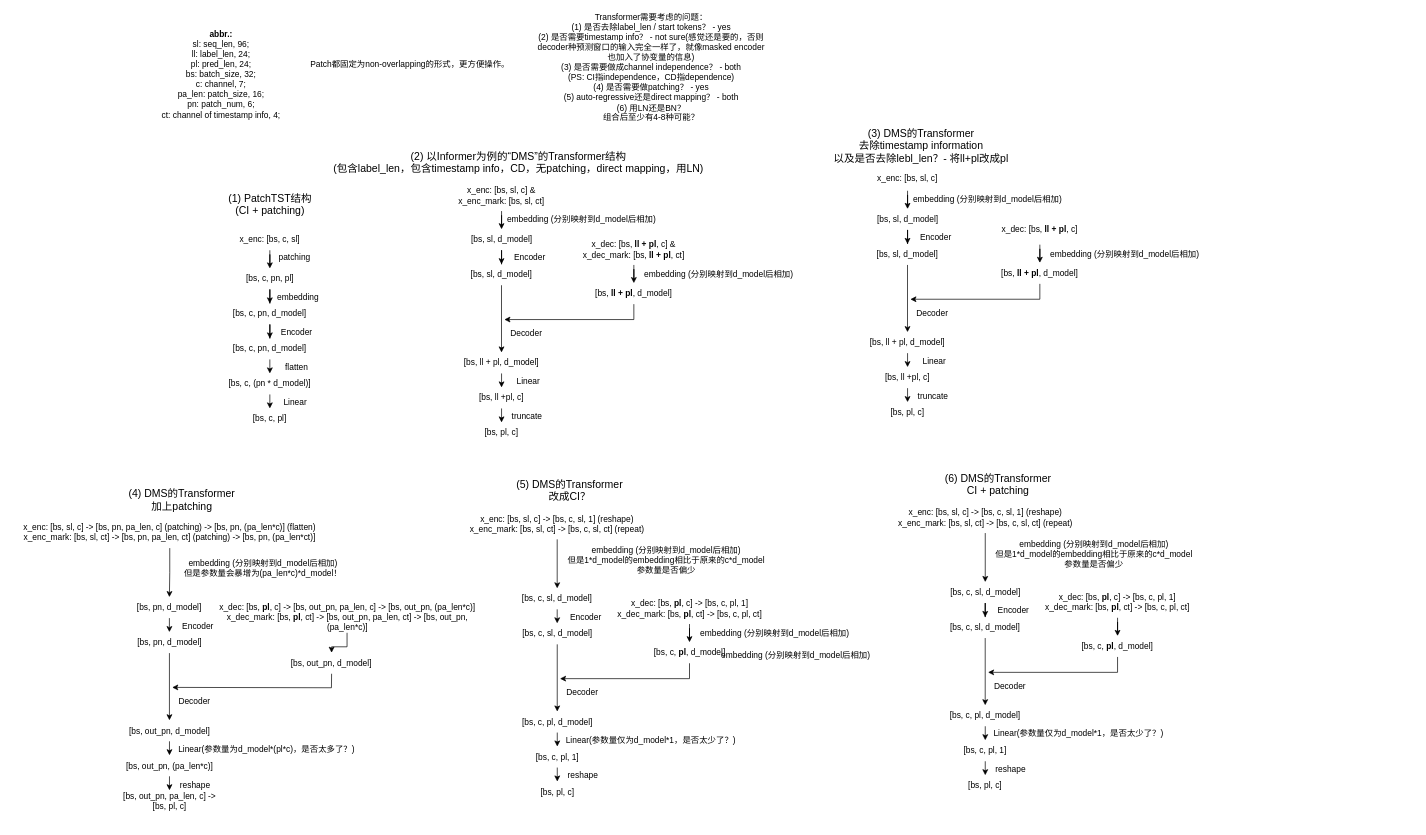
Earlier version of the draw.io diagram TSF_Transformer架构探讨.drawio (HALF111/Research_figures). Source tidied: cells renumbered, new cells numbered last; positions are measured from the earlier drawing's top-left corner, leaving out a move shared by most shapes. Both pictures are drawn from the tidied source at 70%, with x=0, y=0 at pixel (12, 25).
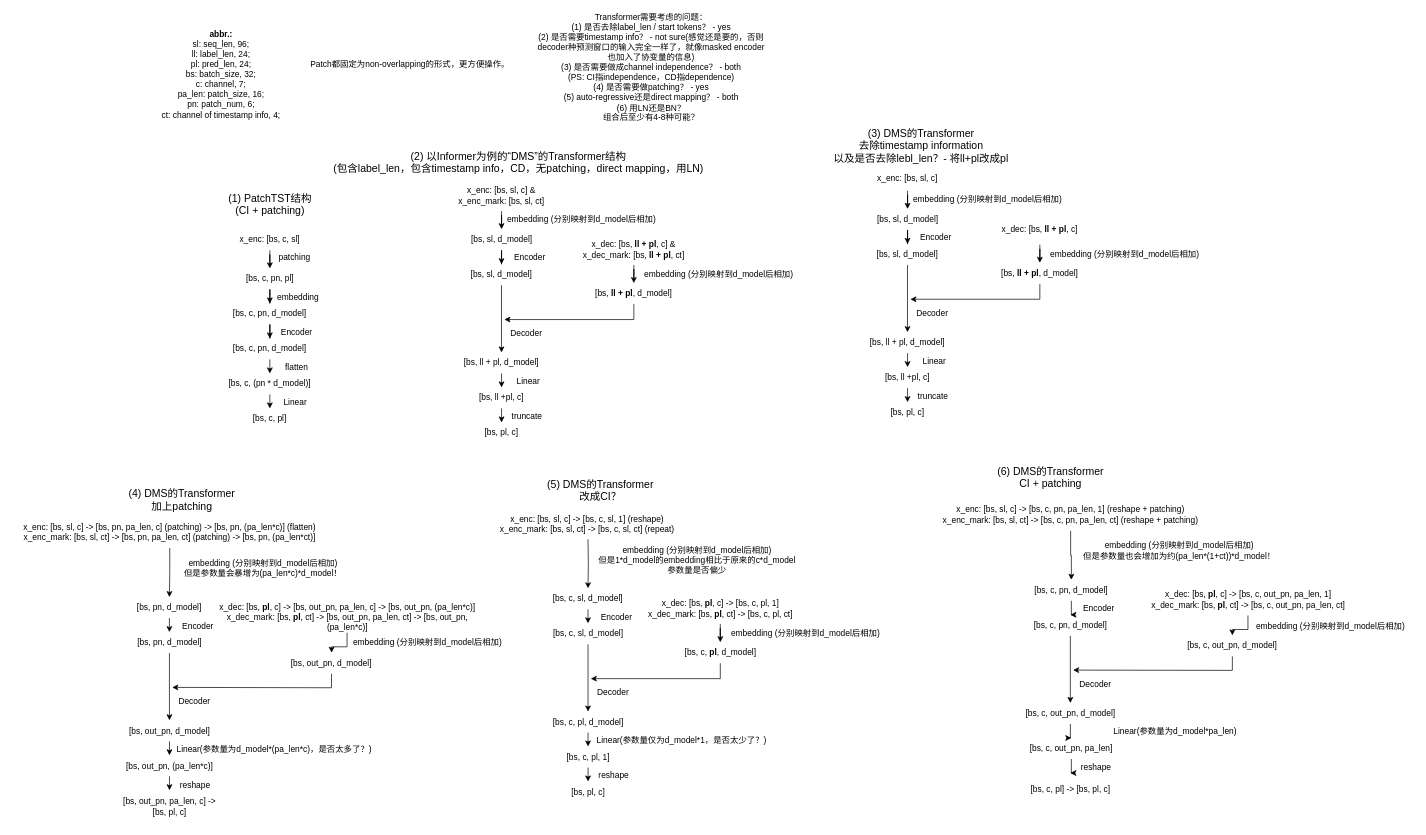
Above is the later version.

Commit message (it also covers changes not shown here):
更新TSF_Transformer架构探讨.drawio

What changed in the source:
```diff
@@
-    <mxCell id="44" style="edgeStyle=orthogonalEdgeStyle;rounded=0;jettySize=auto;html=1;entryX=0.5;entryY=0;entryDx=0;entryDy=0;exitX=0.5;exitY=1;exitDx=0;exitDy=0;" parent="1" edge="1" source="45" target="47">
-      <mxGeometry relative="1" as="geometry" />
+    <mxCell id="44" style="edgeStyle=orthogonalEdgeStyle;rounded=0;jettySize=auto;html=1;entryX=0.5;entryY=0;entryDx=0;entryDy=0;exitX=0.5;exitY=1;exitDx=0;exitDy=0;" parent="1" edge="1" target="47">
+      <mxGeometry relative="1" as="geometry">
+        <mxPoint x="822.5" y="734" as="sourcePoint" />
+      </mxGeometry>
     </mxCell>
     <mxCell id="45" value="x_enc: [bs, sl, c] -&amp;gt; [bs, c, sl, 1] (reshape)&lt;div&gt;x_enc_mark: [bs, sl, ct] -&amp;gt; [bs, c, sl, ct] (repeat)&lt;/div&gt;" style="text;html=1;align=center;verticalAlign=middle;whiteSpace=wrap;rounded=0;" parent="1" vertex="1">
-      <mxGeometry x="633" y="689" width="291" height="45" as="geometry" />
+      <mxGeometry x="676" y="689" width="291" height="45" as="geometry" />
     </mxCell>
@@
     <mxCell id="47" value="[bs, c, sl, d_model]" style="text;html=1;align=center;verticalAlign=middle;whiteSpace=wrap;rounded=0;" parent="1" vertex="1">
-      <mxGeometry x="726" y="804" width="105" height="30" as="geometry" />
+      <mxGeometry x="770" y="804" width="105" height="30" as="geometry" />
     </mxCell>
     <mxCell id="48" value="embedding (分别映射到d_model后相加)&lt;div&gt;但是1*d_model的embedding相比于原来的c*d_model&lt;/div&gt;&lt;div&gt;参数量是否偏少&lt;/div&gt;" style="text;html=1;align=center;verticalAlign=middle;strokeColor=none;fillColor=none;" parent="1" vertex="1">
-      <mxGeometry x="783.5" y="734" width="300" height="60" as="geometry" />
+      <mxGeometry x="827.5" y="734" width="300" height="60" as="geometry" />
     </mxCell>
@@
     <mxCell id="50" value="[bs, c, sl, d_model]" style="text;html=1;align=center;verticalAlign=middle;whiteSpace=wrap;rounded=0;" parent="1" vertex="1">
-      <mxGeometry x="709.8" y="854" width="137.5" height="30" as="geometry" />
+      <mxGeometry x="753.8" y="854" width="137.5" height="30" as="geometry" />
     </mxCell>
@@
     <mxCell id="52" value="[bs, c, pl, d_model]" style="text;html=1;align=center;verticalAlign=middle;whiteSpace=wrap;rounded=0;" parent="1" vertex="1">
-      <mxGeometry x="709.8" y="980" width="137.5" height="30" as="geometry" />
+      <mxGeometry x="753.8" y="980" width="137.5" height="30" as="geometry" />
     </mxCell>
@@
     <mxCell id="54" value="[bs, c, pl, 1]" style="text;html=1;align=center;verticalAlign=middle;whiteSpace=wrap;rounded=0;" parent="1" vertex="1">
-      <mxGeometry x="709.8" y="1030" width="137.5" height="30" as="geometry" />
+      <mxGeometry x="753.8" y="1030" width="137.5" height="30" as="geometry" />
     </mxCell>
     <mxCell id="55" value="[bs, pl, c]" style="text;html=1;align=center;verticalAlign=middle;whiteSpace=wrap;rounded=0;" parent="1" vertex="1">
-      <mxGeometry x="709.8" y="1080" width="137.5" height="30" as="geometry" />
+      <mxGeometry x="753.8" y="1080" width="137.5" height="30" as="geometry" />
     </mxCell>
     <mxCell id="56" value="Encoder" style="text;html=1;align=center;verticalAlign=middle;strokeColor=none;fillColor=none;" parent="1" vertex="1">
-      <mxGeometry x="783.5" y="830" width="70" height="30" as="geometry" />
+      <mxGeometry x="827.5" y="830" width="70" height="30" as="geometry" />
     </mxCell>
     <mxCell id="57" value="Decoder" style="text;html=1;align=center;verticalAlign=middle;strokeColor=none;fillColor=none;" parent="1" vertex="1">
-      <mxGeometry x="778.5" y="938" width="70" height="30" as="geometry" />
+      <mxGeometry x="822.5" y="938" width="70" height="30" as="geometry" />
     </mxCell>
     <mxCell id="58" value="Linear(参数量仅为d_model*1，是否太少了？)" style="text;html=1;align=center;verticalAlign=middle;strokeColor=none;fillColor=none;" parent="1" vertex="1">
-      <mxGeometry x="776.5" y="1006" width="270" height="30" as="geometry" />
+      <mxGeometry x="820.5" y="1006" width="270" height="30" as="geometry" />
     </mxCell>
     <mxCell id="59" value="reshape" style="text;html=1;align=center;verticalAlign=middle;strokeColor=none;fillColor=none;" parent="1" vertex="1">
-      <mxGeometry x="779.5" y="1057" width="70" height="30" as="geometry" />
+      <mxGeometry x="823.5" y="1057" width="70" height="30" as="geometry" />
     </mxCell>
@@
     <mxCell id="61" value="x_dec: [bs, &lt;b&gt;pl&lt;/b&gt;, c] -&amp;gt; [bs, c, pl, 1]&lt;div&gt;x_dec_mark: [bs, &lt;b&gt;pl&lt;/b&gt;, ct] -&amp;gt; [bs, c, pl, ct]&lt;/div&gt;" style="text;html=1;align=center;verticalAlign=middle;whiteSpace=wrap;rounded=0;" parent="1" vertex="1">
-      <mxGeometry x="847.5" y="810" width="240" height="45" as="geometry" />
+      <mxGeometry x="891.5" y="810" width="240" height="45" as="geometry" />
     </mxCell>
     <mxCell id="62" value="[bs, c,&amp;nbsp;&lt;b&gt;pl&lt;/b&gt;, d_model]" style="text;html=1;align=center;verticalAlign=middle;whiteSpace=wrap;rounded=0;" parent="1" vertex="1">
-      <mxGeometry x="902.5" y="881" width="130" height="30" as="geometry" />
+      <mxGeometry x="946.5" y="881" width="130" height="30" as="geometry" />
     </mxCell>
     <mxCell id="63" value="embedding (分别映射到d_model后相加)" style="text;html=1;align=center;verticalAlign=middle;strokeColor=none;fillColor=none;" parent="1" vertex="1">
-      <mxGeometry x="968.5" y="854" width="240" height="30" as="geometry" />
+      <mxGeometry x="1012.5" y="854" width="240" height="30" as="geometry" />
     </mxCell>
     <mxCell id="64" style="endArrow=classic;html=1;rounded=0;exitX=0.5;exitY=1;exitDx=0;exitDy=0;" parent="1" edge="1" source="62">
       <mxGeometry relative="1" as="geometry">
-        <mxPoint x="782.5" y="933" as="targetPoint" />
+        <mxPoint x="826.5" y="933" as="targetPoint" />
         <Array as="points">
-          <mxPoint x="967.5" y="933" />
+          <mxPoint x="1011.5" y="933" />
         </Array>
       </mxGeometry>
     </mxCell>
     <mxCell id="65" value="&lt;font style=&quot;font-size: 15px;&quot;&gt;(5)&amp;nbsp;&lt;/font&gt;&lt;span style=&quot;font-size: 15px;&quot;&gt;DMS的Transformer&lt;/span&gt;&lt;div&gt;&lt;span style=&quot;font-size: 15px;&quot;&gt;改成CI？&lt;/span&gt;&lt;/div&gt;" style="text;html=1;align=center;verticalAlign=middle;strokeColor=none;fillColor=none;" parent="1" vertex="1">
-      <mxGeometry x="706" y="639" width="180" height="50" as="geometry" />
+      <mxGeometry x="750" y="639" width="180" height="50" as="geometry" />
     </mxCell>
@@
-    <mxCell id="88" style="edgeStyle=orthogonalEdgeStyle;rounded=0;jettySize=auto;html=1;entryX=0.5;entryY=0;entryDx=0;entryDy=0;exitX=0.5;exitY=1;exitDx=0;exitDy=0;" parent="1" edge="1" source="89" target="91">
-      <mxGeometry relative="1" as="geometry" />
-    </mxCell>
-    <mxCell id="89" value="x_enc: [bs, sl, c] -&amp;gt; [bs, c, sl, 1] (reshape)&lt;div&gt;x_enc_mark: [bs, sl, ct] -&amp;gt; [bs, c, sl, ct] (repeat)&lt;/div&gt;" style="text;html=1;align=center;verticalAlign=middle;whiteSpace=wrap;rounded=0;" parent="1" vertex="1">
-      <mxGeometry x="1244.5" y="680" width="291" height="45" as="geometry" />
-    </mxCell>
-    <mxCell id="90" style="edgeStyle=orthogonalEdgeStyle;rounded=0;jettySize=auto;html=1;entryX=0.5;entryY=0;entryDx=0;entryDy=0;" parent="1" edge="1" source="91" target="94">
-      <mxGeometry relative="1" as="geometry" />
-    </mxCell>
-    <mxCell id="91" value="[bs, c, sl, d_model]" style="text;html=1;align=center;verticalAlign=middle;whiteSpace=wrap;rounded=0;" parent="1" vertex="1">
-      <mxGeometry x="1337.5" y="795" width="105" height="30" as="geometry" />
-    </mxCell>
-    <mxCell id="92" value="embedding (分别映射到d_model后相加)&lt;div&gt;但是1*d_model的embedding相比于原来的c*d_model&lt;/div&gt;&lt;div&gt;参数量是否偏少&lt;/div&gt;" style="text;html=1;align=center;verticalAlign=middle;strokeColor=none;fillColor=none;" parent="1" vertex="1">
-      <mxGeometry x="1395" y="725" width="300" height="60" as="geometry" />
-    </mxCell>
-    <mxCell id="93" style="edgeStyle=orthogonalEdgeStyle;rounded=0;jettySize=auto;html=1;" parent="1" edge="1" source="94" target="96">
-      <mxGeometry relative="1" as="geometry" />
-    </mxCell>
-    <mxCell id="94" value="[bs, c, sl, d_model]" style="text;html=1;align=center;verticalAlign=middle;whiteSpace=wrap;rounded=0;" parent="1" vertex="1">
-      <mxGeometry x="1321.2" y="845" width="137.5" height="30" as="geometry" />
-    </mxCell>
-    <mxCell id="95" style="edgeStyle=orthogonalEdgeStyle;rounded=0;jettySize=auto;html=1;entryX=0.5;entryY=0;entryDx=0;entryDy=0;" parent="1" edge="1" source="96" target="98">
-      <mxGeometry relative="1" as="geometry" />
-    </mxCell>
-    <mxCell id="96" value="[bs, c, pl, d_model]" style="text;html=1;align=center;verticalAlign=middle;whiteSpace=wrap;rounded=0;" parent="1" vertex="1">
-      <mxGeometry x="1321.2" y="971" width="137.5" height="30" as="geometry" />
-    </mxCell>
-    <mxCell id="97" style="edgeStyle=orthogonalEdgeStyle;rounded=0;jettySize=auto;html=1;entryX=0.5;entryY=0;entryDx=0;entryDy=0;" parent="1" edge="1" source="98" target="99">
-      <mxGeometry relative="1" as="geometry" />
-    </mxCell>
-    <mxCell id="98" value="[bs, c, pl, 1]" style="text;html=1;align=center;verticalAlign=middle;whiteSpace=wrap;rounded=0;" parent="1" vertex="1">
-      <mxGeometry x="1321.2" y="1021" width="137.5" height="30" as="geometry" />
-    </mxCell>
-    <mxCell id="99" value="[bs, pl, c]" style="text;html=1;align=center;verticalAlign=middle;whiteSpace=wrap;rounded=0;" parent="1" vertex="1">
-      <mxGeometry x="1321.2" y="1071" width="137.5" height="30" as="geometry" />
-    </mxCell>
-    <mxCell id="100" value="Encoder" style="text;html=1;align=center;verticalAlign=middle;strokeColor=none;fillColor=none;" parent="1" vertex="1">
-      <mxGeometry x="1395" y="821" width="70" height="30" as="geometry" />
-    </mxCell>
-    <mxCell id="101" value="Decoder" style="text;html=1;align=center;verticalAlign=middle;strokeColor=none;fillColor=none;" parent="1" vertex="1">
-      <mxGeometry x="1390" y="929" width="70" height="30" as="geometry" />
-    </mxCell>
-    <mxCell id="102" value="Linear(参数量仅为d_model*1，是否太少了？)" style="text;html=1;align=center;verticalAlign=middle;strokeColor=none;fillColor=none;" parent="1" vertex="1">
-      <mxGeometry x="1388" y="997" width="270" height="30" as="geometry" />
-    </mxCell>
-    <mxCell id="103" value="reshape" style="text;html=1;align=center;verticalAlign=middle;strokeColor=none;fillColor=none;" parent="1" vertex="1">
-      <mxGeometry x="1391" y="1048" width="70" height="30" as="geometry" />
-    </mxCell>
-    <mxCell id="104" style="edgeStyle=orthogonalEdgeStyle;rounded=0;jettySize=auto;html=1;entryX=0.5;entryY=0;entryDx=0;entryDy=0;" parent="1" edge="1" source="105" target="106">
-      <mxGeometry relative="1" as="geometry" />
-    </mxCell>
-    <mxCell id="105" value="x_dec: [bs, &lt;b&gt;pl&lt;/b&gt;, c] -&amp;gt; [bs, c, pl, 1]&lt;div&gt;x_dec_mark: [bs, &lt;b&gt;pl&lt;/b&gt;, ct] -&amp;gt; [bs, c, pl, ct]&lt;/div&gt;" style="text;html=1;align=center;verticalAlign=middle;whiteSpace=wrap;rounded=0;" parent="1" vertex="1">
-      <mxGeometry x="1459" y="801" width="240" height="45" as="geometry" />
-    </mxCell>
-    <mxCell id="106" value="[bs, c,&amp;nbsp;&lt;b&gt;pl&lt;/b&gt;, d_model]" style="text;html=1;align=center;verticalAlign=middle;whiteSpace=wrap;rounded=0;" parent="1" vertex="1">
-      <mxGeometry x="1514" y="872" width="130" height="30" as="geometry" />
-    </mxCell>
     <mxCell id="107" value="embedding (分别映射到d_model后相加)" style="text;html=1;align=center;verticalAlign=middle;strokeColor=none;fillColor=none;" parent="1" vertex="1">
-      <mxGeometry x="998.5" y="885" width="240" height="30" as="geometry" />
+      <mxGeometry x="473" y="866.5" width="240" height="30" as="geometry" />
     </mxCell>
-    <mxCell id="108" style="endArrow=classic;html=1;rounded=0;exitX=0.5;exitY=1;exitDx=0;exitDy=0;" parent="1" edge="1" source="106">
-      <mxGeometry relative="1" as="geometry">
-        <mxPoint x="1394" y="924" as="targetPoint" />
-        <Array as="points">
-          <mxPoint x="1579" y="924" />
-        </Array>
-      </mxGeometry>
-    </mxCell>
-    <mxCell id="109" value="&lt;font style=&quot;font-size: 15px;&quot;&gt;(6)&amp;nbsp;&lt;/font&gt;&lt;span style=&quot;font-size: 15px;&quot;&gt;DMS的Transformer&lt;/span&gt;&lt;div&gt;&lt;span style=&quot;font-size: 15px;&quot;&gt;CI + patching&lt;/span&gt;&lt;/div&gt;" style="text;html=1;align=center;verticalAlign=middle;strokeColor=none;fillColor=none;" parent="1" vertex="1">
-      <mxGeometry x="1317.5" y="630" width="180" height="50" as="geometry" />
-    </mxCell>
@@
     <mxCell id="121" value="[bs, out_pn,&amp;nbsp;&lt;span style=&quot;text-wrap: nowrap;&quot;&gt;pa_len&lt;/span&gt;, c] -&amp;gt; [bs, pl, c]" style="text;html=1;align=center;verticalAlign=middle;whiteSpace=wrap;rounded=0;" parent="1" vertex="1">
-      <mxGeometry x="155.8" y="1092.5" width="137.5" height="30" as="geometry" />
+      <mxGeometry x="155.8" y="1092.5" width="137.5" height="47.5" as="geometry" />
     </mxCell>
@@
-    <mxCell id="124" value="Linear(参数量为d_model*(pl*c)，是否太多了？)" style="text;html=1;align=center;verticalAlign=middle;strokeColor=none;fillColor=none;" parent="1" vertex="1">
-      <mxGeometry x="222.5" y="1018.5" width="280" height="30" as="geometry" />
+    <mxCell id="124" value="Linear(参数量为d_model*(pa_len*c)，是否太多了？)" style="text;html=1;align=center;verticalAlign=middle;strokeColor=none;fillColor=none;" parent="1" vertex="1">
+      <mxGeometry x="223.5" y="1018.5" width="300" height="30" as="geometry" />
     </mxCell>
@@
+    <mxCell id="131" style="edgeStyle=orthogonalEdgeStyle;rounded=0;jettySize=auto;html=1;entryX=0.5;entryY=0;entryDx=0;entryDy=0;exitX=0.5;exitY=1;exitDx=0;exitDy=0;" parent="1" edge="1" source="132" target="134">
+      <mxGeometry relative="1" as="geometry" />
+    </mxCell>
+    <mxCell id="132" value="x_enc: [bs, sl, c] -&amp;gt; [bs, c, pn,&amp;nbsp;&lt;span style=&quot;text-wrap: nowrap;&quot;&gt;pa_len, 1&lt;/span&gt;] (reshape + patching)&lt;div&gt;x_enc_mark: [bs, sl, ct] -&amp;gt; [bs, c, pn,&amp;nbsp;&lt;span style=&quot;text-wrap: nowrap;&quot;&gt;pa_len&lt;/span&gt;, ct] (reshape + patching)&lt;/div&gt;" style="text;html=1;align=center;verticalAlign=middle;whiteSpace=wrap;rounded=0;" parent="1" vertex="1">
+      <mxGeometry x="1287" y="676.8" width="450" height="45" as="geometry" />
+    </mxCell>
+    <mxCell id="133" style="edgeStyle=orthogonalEdgeStyle;rounded=0;jettySize=auto;html=1;entryX=0.5;entryY=0;entryDx=0;entryDy=0;" parent="1" edge="1" source="134" target="137">
+      <mxGeometry relative="1" as="geometry" />
+    </mxCell>
+    <mxCell id="134" value="[bs, c, pn, d_model]" style="text;html=1;align=center;verticalAlign=middle;whiteSpace=wrap;rounded=0;" parent="1" vertex="1">
+      <mxGeometry x="1453" y="791.8" width="120" height="30" as="geometry" />
+    </mxCell>
+    <mxCell id="135" value="embedding (分别映射到d_model后相加)&lt;div&gt;但是参数量也会增加为约(pa_len*(1+ct))*d_model！&lt;/div&gt;" style="text;html=1;align=center;verticalAlign=middle;strokeColor=none;fillColor=none;" parent="1" vertex="1">
+      <mxGeometry x="1516.5" y="730.2" width="300" height="40" as="geometry" />
+    </mxCell>
+    <mxCell id="136" style="edgeStyle=orthogonalEdgeStyle;rounded=0;jettySize=auto;html=1;" parent="1" edge="1" source="137" target="139">
+      <mxGeometry relative="1" as="geometry" />
+    </mxCell>
+    <mxCell id="137" value="[bs, c, pn, d_model]" style="text;html=1;align=center;verticalAlign=middle;whiteSpace=wrap;rounded=0;" parent="1" vertex="1">
+      <mxGeometry x="1442.8" y="841.8" width="137.5" height="30" as="geometry" />
+    </mxCell>
+    <mxCell id="138" style="edgeStyle=orthogonalEdgeStyle;rounded=0;jettySize=auto;html=1;entryX=0.5;entryY=0;entryDx=0;entryDy=0;" parent="1" edge="1" source="139" target="141">
+      <mxGeometry relative="1" as="geometry" />
+    </mxCell>
+    <mxCell id="139" value="[bs, c, out_pn, d_model]" style="text;html=1;align=center;verticalAlign=middle;whiteSpace=wrap;rounded=0;" parent="1" vertex="1">
+      <mxGeometry x="1442.8" y="967.8" width="137.5" height="30" as="geometry" />
+    </mxCell>
+    <mxCell id="140" style="edgeStyle=orthogonalEdgeStyle;rounded=0;jettySize=auto;html=1;entryX=0.5;entryY=0;entryDx=0;entryDy=0;" parent="1" edge="1" source="141" target="142">
+      <mxGeometry relative="1" as="geometry" />
+    </mxCell>
+    <mxCell id="141" value="[bs, c, out_pn, &lt;span style=&quot;text-wrap: nowrap;&quot;&gt;pa_len&lt;/span&gt;]" style="text;html=1;align=center;verticalAlign=middle;whiteSpace=wrap;rounded=0;" parent="1" vertex="1">
+      <mxGeometry x="1433" y="1017.8" width="160" height="30" as="geometry" />
+    </mxCell>
+    <mxCell id="142" value="[bs, c, pl] -&amp;gt; [bs, pl, c]" style="text;html=1;align=center;verticalAlign=middle;whiteSpace=wrap;rounded=0;" parent="1" vertex="1">
+      <mxGeometry x="1442.8" y="1067.8" width="137.5" height="47.5" as="geometry" />
+    </mxCell>
+    <mxCell id="100" value="Encoder" style="text;html=1;align=center;verticalAlign=middle;strokeColor=none;fillColor=none;" parent="1" vertex="1">
+      <mxGeometry x="1516.5" y="817.8" width="70" height="30" as="geometry" />
+    </mxCell>
+    <mxCell id="101" value="Decoder" style="text;html=1;align=center;verticalAlign=middle;strokeColor=none;fillColor=none;" parent="1" vertex="1">
+      <mxGeometry x="1511.5" y="925.8" width="70" height="30" as="geometry" />
+    </mxCell>
+    <mxCell id="143" value="Linear(参数量为d_model*pa_len)" style="text;html=1;align=center;verticalAlign=middle;strokeColor=none;fillColor=none;" parent="1" vertex="1">
+      <mxGeometry x="1560.5" y="993.8" width="200" height="30" as="geometry" />
+    </mxCell>
+    <mxCell id="103" value="reshape" style="text;html=1;align=center;verticalAlign=middle;strokeColor=none;fillColor=none;" parent="1" vertex="1">
+      <mxGeometry x="1512.5" y="1044.8" width="70" height="30" as="geometry" />
+    </mxCell>
+    <mxCell id="144" style="edgeStyle=orthogonalEdgeStyle;rounded=0;jettySize=auto;html=1;entryX=0.5;entryY=0;entryDx=0;entryDy=0;" parent="1" edge="1" source="145" target="146">
+      <mxGeometry relative="1" as="geometry" />
+    </mxCell>
+    <mxCell id="145" value="x_dec: [bs, &lt;b&gt;pl&lt;/b&gt;, c] -&amp;gt; [bs, c, out_pn,&amp;nbsp;&lt;span style=&quot;text-wrap: nowrap;&quot;&gt;pa_len&lt;/span&gt;, 1]&lt;div&gt;x_dec_mark: [bs, &lt;b&gt;pl&lt;/b&gt;, ct] -&amp;gt; [bs, c, out_pn,&amp;nbsp;&lt;span style=&quot;text-wrap: nowrap;&quot;&gt;pa_len&lt;/span&gt;,&amp;nbsp;ct]&lt;/div&gt;" style="text;html=1;align=center;verticalAlign=middle;whiteSpace=wrap;rounded=0;" parent="1" vertex="1">
+      <mxGeometry x="1580.5" y="797.8" width="369.5" height="45" as="geometry" />
+    </mxCell>
+    <mxCell id="146" value="[bs, c, out_pn,&amp;nbsp;d_model]" style="text;html=1;align=center;verticalAlign=middle;whiteSpace=wrap;rounded=0;" parent="1" vertex="1">
+      <mxGeometry x="1673" y="871.2" width="140" height="30" as="geometry" />
+    </mxCell>
+    <mxCell id="147" style="endArrow=classic;html=1;rounded=0;exitX=0.5;exitY=1;exitDx=0;exitDy=0;" parent="1" edge="1" source="146">
+      <mxGeometry relative="1" as="geometry">
+        <mxPoint x="1515.5" y="920.8" as="targetPoint" />
+        <Array as="points">
+          <mxPoint x="1743" y="921.2" />
+        </Array>
+      </mxGeometry>
+    </mxCell>
+    <mxCell id="109" value="&lt;font style=&quot;font-size: 15px;&quot;&gt;(6)&amp;nbsp;&lt;/font&gt;&lt;span style=&quot;font-size: 15px;&quot;&gt;DMS的Transformer&lt;/span&gt;&lt;div&gt;&lt;span style=&quot;font-size: 15px;&quot;&gt;CI + patching&lt;/span&gt;&lt;/div&gt;" style="text;html=1;align=center;verticalAlign=middle;strokeColor=none;fillColor=none;" parent="1" vertex="1">
+      <mxGeometry x="1393" y="620" width="180" height="50" as="geometry" />
+    </mxCell>
+    <mxCell id="148" value="embedding (分别映射到d_model后相加)" style="text;html=1;align=center;verticalAlign=middle;strokeColor=none;fillColor=none;" parent="1" vertex="1">
+      <mxGeometry x="1763" y="842.8" width="240" height="30" as="geometry" />
+    </mxCell>
```
